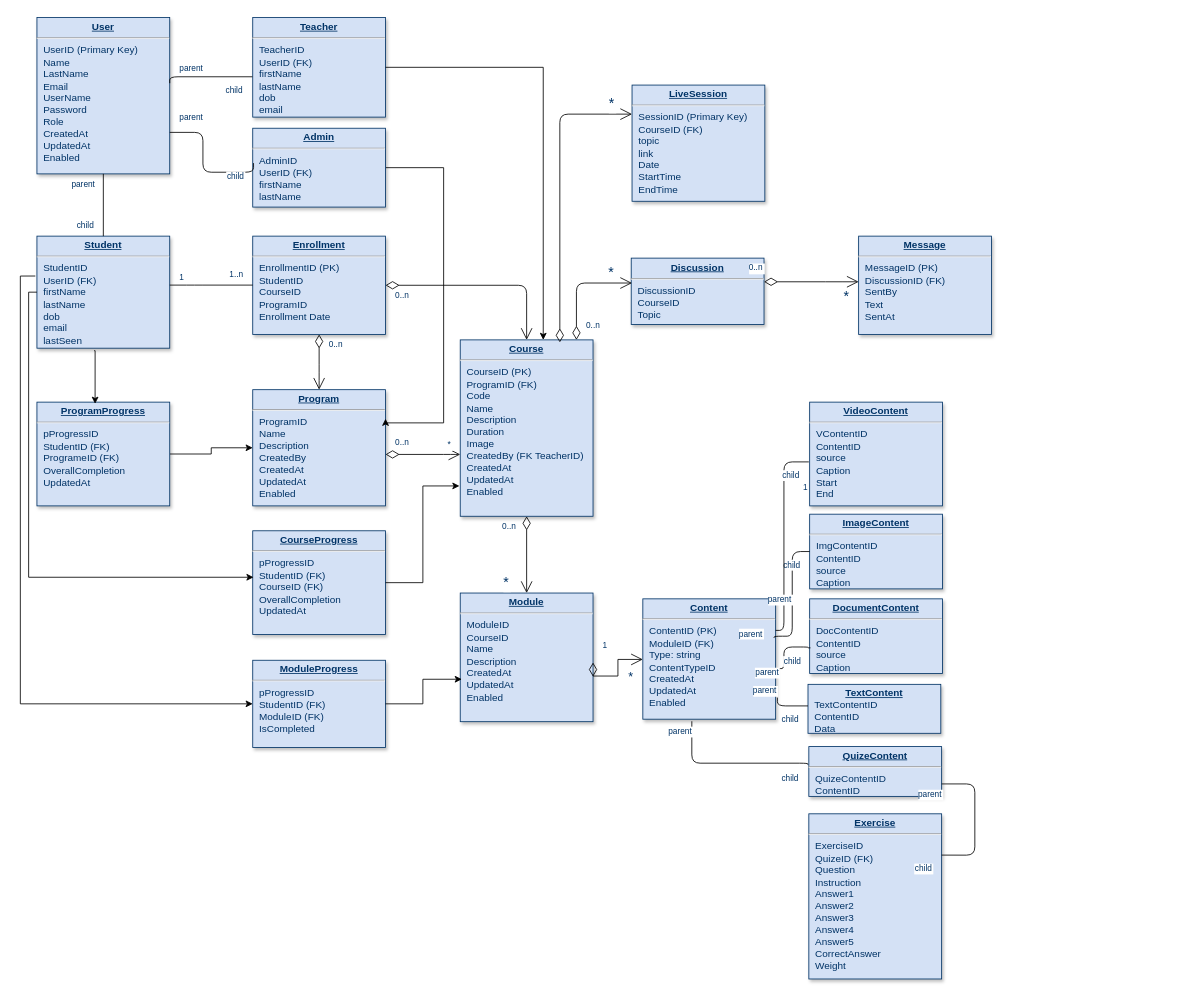
Earlier version of the draw.io diagram Database.drawio (kingshowa/PFE_E-learning). Source tidied: cells renumbered, new cells numbered last; positions are measured from the earlier drawing's top-left corner, leaving out a move shared by most shapes. Both pictures are drawn from the tidied source at 83%, with x=0, y=0 at pixel (20, 17).
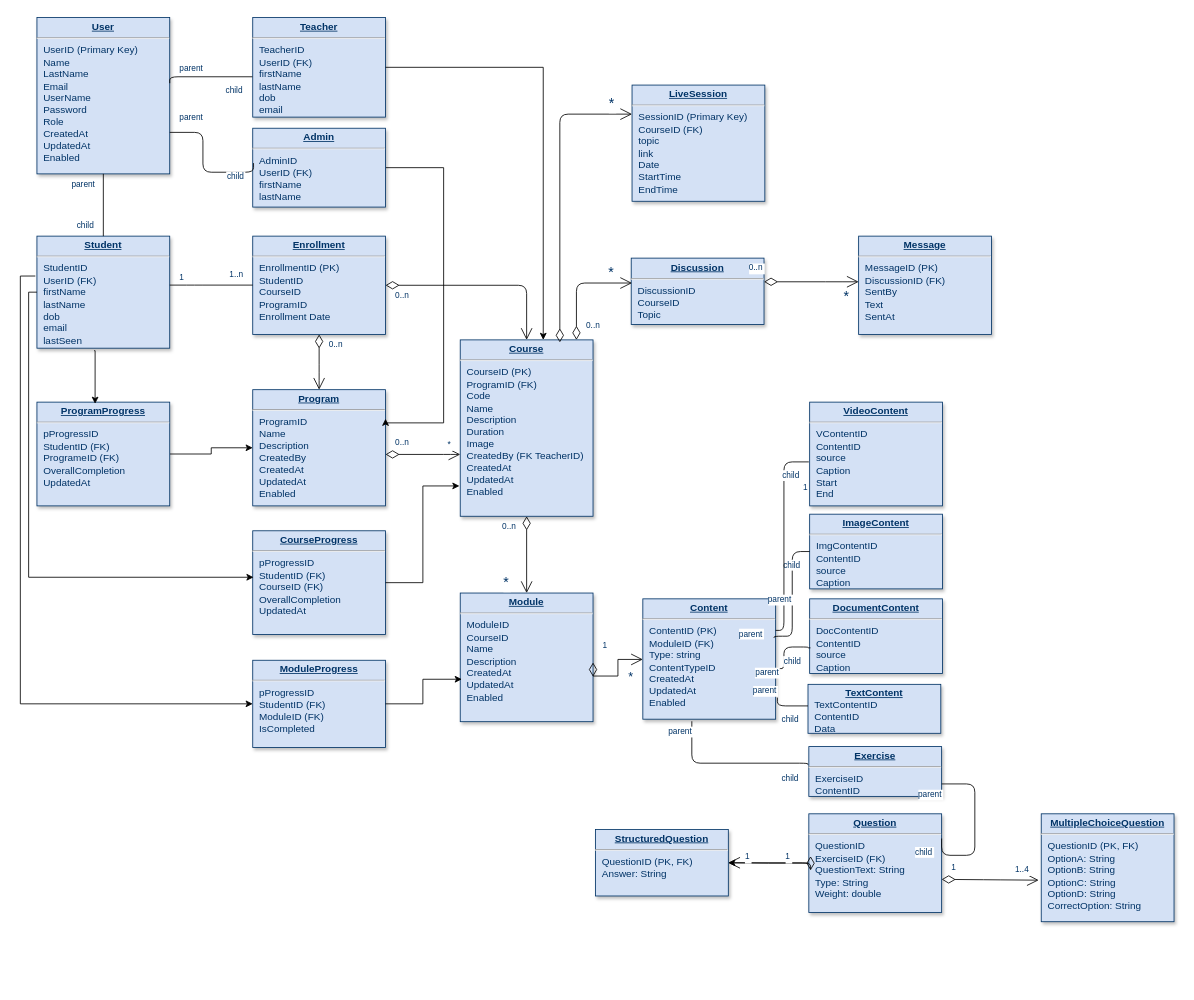
Above is the later version.

Change to the diagram source:
```diff
@@
+    <mxCell id="84" style="edgeStyle=orthogonalEdgeStyle;rounded=0;jettySize=auto;html=1;" parent="1" edge="1" source="10" target="86">
+      <mxGeometry relative="1" as="geometry" />
+    </mxCell>
-    <mxCell id="10" value="&lt;p style=&quot;margin: 0px; margin-top: 4px; text-align: center; text-decoration: underline;&quot;&gt;&lt;b&gt;Exercise&lt;/b&gt;&lt;/p&gt;&lt;hr&gt;&lt;p style=&quot;margin: 0px; margin-left: 8px;&quot;&gt;ExerciseID&lt;/p&gt;&lt;p style=&quot;margin: 0px; margin-left: 8px;&quot;&gt;QuizeID (FK)&lt;/p&gt;&lt;p style=&quot;margin: 0px; margin-left: 8px;&quot;&gt;Question&lt;/p&gt;&lt;p style=&quot;margin: 0px; margin-left: 8px;&quot;&gt;Instruction&lt;/p&gt;&lt;p style=&quot;margin: 0px; margin-left: 8px;&quot;&gt;Answer1&lt;/p&gt;&lt;p style=&quot;margin: 0px; margin-left: 8px;&quot;&gt;Answer2&lt;br&gt;&lt;/p&gt;&lt;p style=&quot;margin: 0px; margin-left: 8px;&quot;&gt;Answer3&lt;br&gt;&lt;/p&gt;&lt;p style=&quot;margin: 0px; margin-left: 8px;&quot;&gt;Answer4&lt;br&gt;&lt;/p&gt;&lt;p style=&quot;margin: 0px; margin-left: 8px;&quot;&gt;Answer5&lt;br&gt;&lt;/p&gt;&lt;p style=&quot;margin: 0px; margin-left: 8px;&quot;&gt;CorrectAnswer&lt;/p&gt;&lt;p style=&quot;margin: 0px; margin-left: 8px;&quot;&gt;Weight&lt;/p&gt;" style="verticalAlign=top;align=left;overflow=fill;fontSize=12;fontFamily=Helvetica;html=1;strokeColor=#003366;shadow=1;fillColor=#D4E1F5;fontColor=#003366;" parent="1" vertex="1">
-      <mxGeometry x="950" y="959" width="160" height="199" as="geometry" />
+    <mxCell id="10" value="&lt;p style=&quot;margin: 0px; margin-top: 4px; text-align: center; text-decoration: underline;&quot;&gt;&lt;b&gt;Question&lt;/b&gt;&lt;/p&gt;&lt;hr&gt;&lt;p style=&quot;margin: 0px; margin-left: 8px;&quot;&gt;QuestionID&lt;/p&gt;&lt;p style=&quot;margin: 0px; margin-left: 8px;&quot;&gt;ExerciseID (FK)&lt;/p&gt;&lt;p style=&quot;margin: 0px; margin-left: 8px;&quot;&gt;QuestionText: String&lt;/p&gt;&lt;p style=&quot;margin: 0px; margin-left: 8px;&quot;&gt;Type: String&lt;/p&gt;&lt;p style=&quot;margin: 0px; margin-left: 8px;&quot;&gt;Weight: double&lt;/p&gt;" style="verticalAlign=top;align=left;overflow=fill;fontSize=12;fontFamily=Helvetica;html=1;strokeColor=#003366;shadow=1;fillColor=#D4E1F5;fontColor=#003366;" parent="1" vertex="1">
+      <mxGeometry x="950" y="959" width="160" height="119" as="geometry" />
     </mxCell>
@@
-    <mxCell id="42" value="&lt;p style=&quot;margin: 0px ; margin-top: 4px ; text-align: center ; text-decoration: underline&quot;&gt;&lt;b&gt;QuizeContent&lt;/b&gt;&lt;/p&gt;&lt;hr&gt;&lt;p style=&quot;margin: 0px 0px 0px 8px;&quot;&gt;QuizeContentID&lt;/p&gt;&lt;p style=&quot;margin: 0px 0px 0px 8px;&quot;&gt;ContentID&lt;/p&gt;" style="verticalAlign=top;align=left;overflow=fill;fontSize=12;fontFamily=Helvetica;html=1;strokeColor=#003366;shadow=1;fillColor=#D4E1F5;fontColor=#003366;" parent="1" vertex="1">
+    <mxCell id="42" value="&lt;p style=&quot;margin: 0px ; margin-top: 4px ; text-align: center ; text-decoration: underline&quot;&gt;&lt;b&gt;Exercise&lt;/b&gt;&lt;/p&gt;&lt;hr&gt;&lt;p style=&quot;margin: 0px 0px 0px 8px;&quot;&gt;ExerciseID&lt;/p&gt;&lt;p style=&quot;margin: 0px 0px 0px 8px;&quot;&gt;ContentID&lt;/p&gt;" style="verticalAlign=top;align=left;overflow=fill;fontSize=12;fontFamily=Helvetica;html=1;strokeColor=#003366;shadow=1;fillColor=#D4E1F5;fontColor=#003366;" parent="1" vertex="1">
       <mxGeometry x="950" y="878" width="160" height="60" as="geometry" />
     </mxCell>
@@
+    <mxCell id="85" value="&lt;p style=&quot;margin: 0px; margin-top: 4px; text-align: center; text-decoration: underline;&quot;&gt;&lt;b&gt;MultipleChoiceQuestion&lt;/b&gt;&lt;/p&gt;&lt;hr&gt;&lt;p style=&quot;margin: 0px; margin-left: 8px;&quot;&gt;QuestionID&lt;span style=&quot;background-color: initial;&quot;&gt;&amp;nbsp;(PK, FK)&lt;/span&gt;&lt;/p&gt;&lt;p style=&quot;margin: 0px; margin-left: 8px;&quot;&gt;OptionA: String&lt;/p&gt;&lt;p style=&quot;margin: 0px; margin-left: 8px;&quot;&gt;OptionB: String&lt;br&gt;&lt;/p&gt;&lt;p style=&quot;margin: 0px; margin-left: 8px;&quot;&gt;OptionC: String&lt;br&gt;&lt;/p&gt;&lt;p style=&quot;margin: 0px; margin-left: 8px;&quot;&gt;OptionD: String&lt;br&gt;&lt;/p&gt;&lt;p style=&quot;margin: 0px; margin-left: 8px;&quot;&gt;CorrectOption: String&lt;/p&gt;" style="verticalAlign=top;align=left;overflow=fill;fontSize=12;fontFamily=Helvetica;html=1;strokeColor=#003366;shadow=1;fillColor=#D4E1F5;fontColor=#003366;" parent="1" vertex="1">
+      <mxGeometry x="1230" y="959" width="160" height="130" as="geometry" />
+    </mxCell>
+    <mxCell id="86" value="&lt;p style=&quot;margin: 0px; margin-top: 4px; text-align: center; text-decoration: underline;&quot;&gt;&lt;b&gt;StructuredQuestion&lt;/b&gt;&lt;/p&gt;&lt;hr&gt;&lt;p style=&quot;margin: 0px; margin-left: 8px;&quot;&gt;QuestionID&amp;nbsp;&lt;span style=&quot;background-color: initial;&quot;&gt;(PK, FK)&lt;/span&gt;&lt;/p&gt;&lt;p style=&quot;margin: 0px; margin-left: 8px;&quot;&gt;Answer: String&lt;/p&gt;" style="verticalAlign=top;align=left;overflow=fill;fontSize=12;fontFamily=Helvetica;html=1;strokeColor=#003366;shadow=1;fillColor=#D4E1F5;fontColor=#003366;" parent="1" vertex="1">
+      <mxGeometry x="693" y="978" width="160" height="80" as="geometry" />
+    </mxCell>
+    <mxCell id="87" style="endArrow=open;endSize=12;startArrow=diamondThin;startSize=14;startFill=0;edgeStyle=orthogonalEdgeStyle;entryX=-0.019;entryY=0.615;entryDx=0;entryDy=0;entryPerimeter=0;" parent="1" edge="1" target="85">
+      <mxGeometry x="519.4" y="200" as="geometry">
+        <mxPoint x="1110" y="1038" as="sourcePoint" />
+      </mxGeometry>
+    </mxCell>
+    <mxCell id="88" value="1" style="align=left;verticalAlign=top;labelBackgroundColor=#ffffff;fontSize=10;strokeColor=#003366;shadow=1;fillColor=#D4E1F5;fontColor=#003366;" parent="87" vertex="1">
+      <mxGeometry x="-1" relative="1" as="geometry">
+        <mxPoint x="10" y="-27" as="offset" />
+      </mxGeometry>
+    </mxCell>
+    <mxCell id="89" value="1..4" style="align=right;verticalAlign=top;labelBackgroundColor=#ffffff;fontSize=10;strokeColor=#003366;shadow=1;fillColor=#D4E1F5;fontColor=#003366;" parent="87" vertex="1">
+      <mxGeometry x="1" relative="1" as="geometry">
+        <mxPoint x="-10" y="-25" as="offset" />
+      </mxGeometry>
+    </mxCell>
+    <mxCell id="90" style="endArrow=open;endSize=12;startArrow=diamondThin;startSize=14;startFill=0;edgeStyle=orthogonalEdgeStyle;exitX=0.013;exitY=0.429;exitDx=0;exitDy=0;exitPerimeter=0;entryX=1;entryY=0.5;entryDx=0;entryDy=0;" parent="1" edge="1" source="10" target="86">
+      <mxGeometry x="519.4" y="200" as="geometry">
+        <Array as="points">
+          <mxPoint x="952" y="1018" />
+        </Array>
+      </mxGeometry>
+    </mxCell>
+    <mxCell id="91" value="1" style="align=left;verticalAlign=top;labelBackgroundColor=#ffffff;fontSize=10;strokeColor=#003366;shadow=1;fillColor=#D4E1F5;fontColor=#003366;" parent="90" vertex="1">
+      <mxGeometry x="-1" relative="1" as="geometry">
+        <mxPoint x="-32" y="-12" as="offset" />
+      </mxGeometry>
+    </mxCell>
+    <mxCell id="92" value="1" style="align=right;verticalAlign=top;labelBackgroundColor=#ffffff;fontSize=10;strokeColor=#003366;shadow=1;fillColor=#D4E1F5;fontColor=#003366;" parent="90" vertex="1">
+      <mxGeometry x="1" relative="1" as="geometry">
+        <mxPoint x="27" y="-20" as="offset" />
+      </mxGeometry>
+    </mxCell>
```
